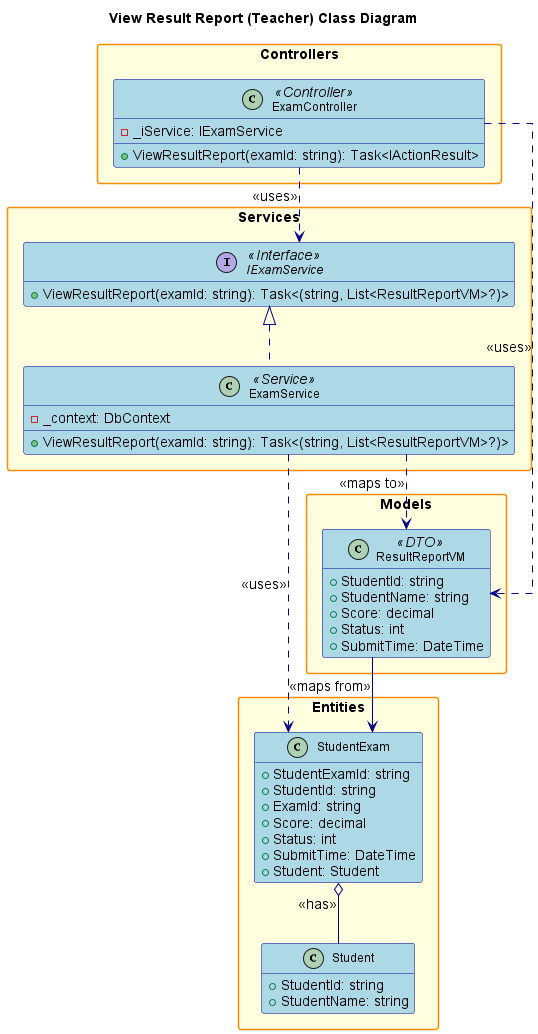
Earlier version of the PlantUML export design/out/viewresultreport_teacher/viewresultreport_teacher.png (conghoan1211/AI-Kiosk-Testing-system). Its diagram source:
```plantuml
@startuml

title View Result Report (Teacher) Class Diagram

hide empty members
skinparam packageStyle rectangle
skinparam linetype ortho
skinparam defaultFontSize 14
skinparam defaultFontName Arial
skinparam classFontSize 12
skinparam classFontName Arial
skinparam noteFontSize 11
skinparam noteFontName Arial

skinparam class {
    BackgroundColor LightBlue
    BorderColor DarkBlue
    ArrowColor DarkBlue
    FontSize 12
}

skinparam package {
    BackgroundColor LightYellow
    BorderColor DarkOrange
    FontSize 14
    FontStyle bold
}

skinparam interface {
    BackgroundColor LightGreen
    BorderColor DarkGreen
    FontSize 12
}

skinparam enum {
    BackgroundColor LightCyan
    BorderColor DarkCyan
    FontSize 12
}

package "Controllers" {
    class ExamController <<Controller>> {
        - _iService: IExamService
        + ViewResultReport(examId: string): Task<IActionResult>
    }
}

package "Services" {
    interface IExamService <<Interface>> {
        + ViewResultReport(examId: string): Task<(string, List<ResultReportVM>?)>
    }
    class ExamService <<Service>> {
        - _context: DbContext
        + ViewResultReport(examId: string): Task<(string, List<ResultReportVM>?)>
    }
}

package "Models" {
    class ResultReportVM <<DTO>> {
        + StudentId: string
        + StudentName: string
        + Score: decimal
        + Status: int
        + SubmitTime: DateTime
    }
}

package "Entities" {
    class StudentExam {
        + StudentExamId: string
        + StudentId: string
        + ExamId: string
        + Score: decimal
        + Status: int
        + SubmitTime: DateTime
        + Student: Student
    }
    class Student {
        + StudentId: string
        + StudentName: string
    }
}

ExamController ..> IExamService : <<uses>>
IExamService <|.. ExamService
ExamController ..> ResultReportVM : <<uses>>
ExamService ..> StudentExam : <<uses>>
ExamService ..> ResultReportVM : <<maps to>>
StudentExam o-- Student : <<has>>
ResultReportVM --> StudentExam : <<maps from>>

@enduml
```
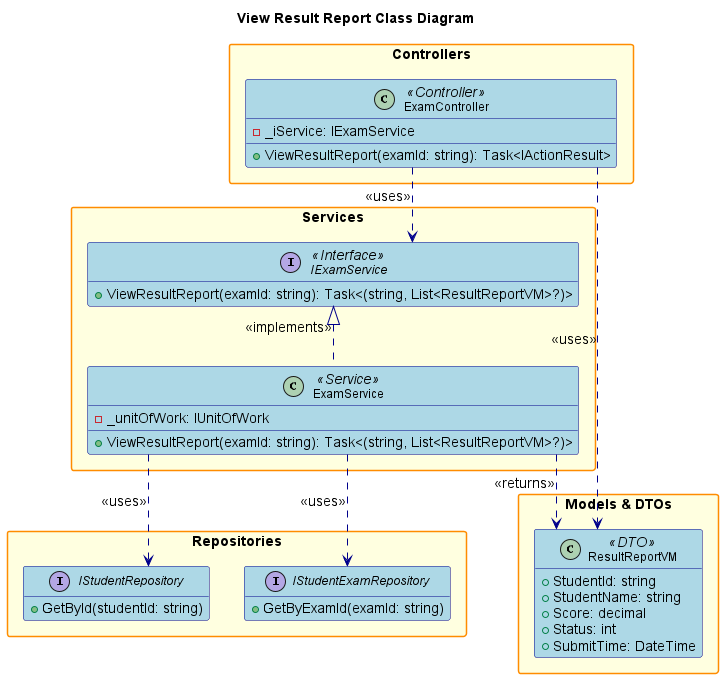
The same diagram one commit later.

Diff of the diagram source:
```diff
@@ -1,6 +1,4 @@
 @startuml
-
-title View Result Report (Teacher) Class Diagram
 
 hide empty members
 skinparam packageStyle rectangle
@@ -25,18 +23,13 @@
     FontSize 14
     FontStyle bold
 }
-
 skinparam interface {
     BackgroundColor LightGreen
     BorderColor DarkGreen
     FontSize 12
 }
 
-skinparam enum {
-    BackgroundColor LightCyan
-    BorderColor DarkCyan
-    FontSize 12
-}
+title View Result Report Class Diagram
 
 package "Controllers" {
     class ExamController <<Controller>> {
@@ -50,12 +43,21 @@
         + ViewResultReport(examId: string): Task<(string, List<ResultReportVM>?)>
     }
     class ExamService <<Service>> {
-        - _context: DbContext
+        - _unitOfWork: IUnitOfWork
         + ViewResultReport(examId: string): Task<(string, List<ResultReportVM>?)>
     }
 }
 
-package "Models" {
+package "Repositories" {
+    interface IStudentExamRepository {
+        + GetByExamId(examId: string)
+    }
+    interface IStudentRepository {
+        + GetById(studentId: string)
+    }
+}
+
+package "Models & DTOs" {
     class ResultReportVM <<DTO>> {
         + StudentId: string
         + StudentName: string
@@ -65,28 +67,11 @@
     }
 }
 
-package "Entities" {
-    class StudentExam {
-        + StudentExamId: string
-        + StudentId: string
-        + ExamId: string
-        + Score: decimal
-        + Status: int
-        + SubmitTime: DateTime
-        + Student: Student
-    }
-    class Student {
-        + StudentId: string
-        + StudentName: string
-    }
-}
-
 ExamController ..> IExamService : <<uses>>
-IExamService <|.. ExamService
 ExamController ..> ResultReportVM : <<uses>>
-ExamService ..> StudentExam : <<uses>>
-ExamService ..> ResultReportVM : <<maps to>>
-StudentExam o-- Student : <<has>>
-ResultReportVM --> StudentExam : <<maps from>>
+IExamService <|.. ExamService : <<implements>>
+ExamService ..> IStudentExamRepository : <<uses>>
+ExamService ..> IStudentRepository : <<uses>>
+ExamService ..> ResultReportVM : <<returns>>
 
 @enduml
```
